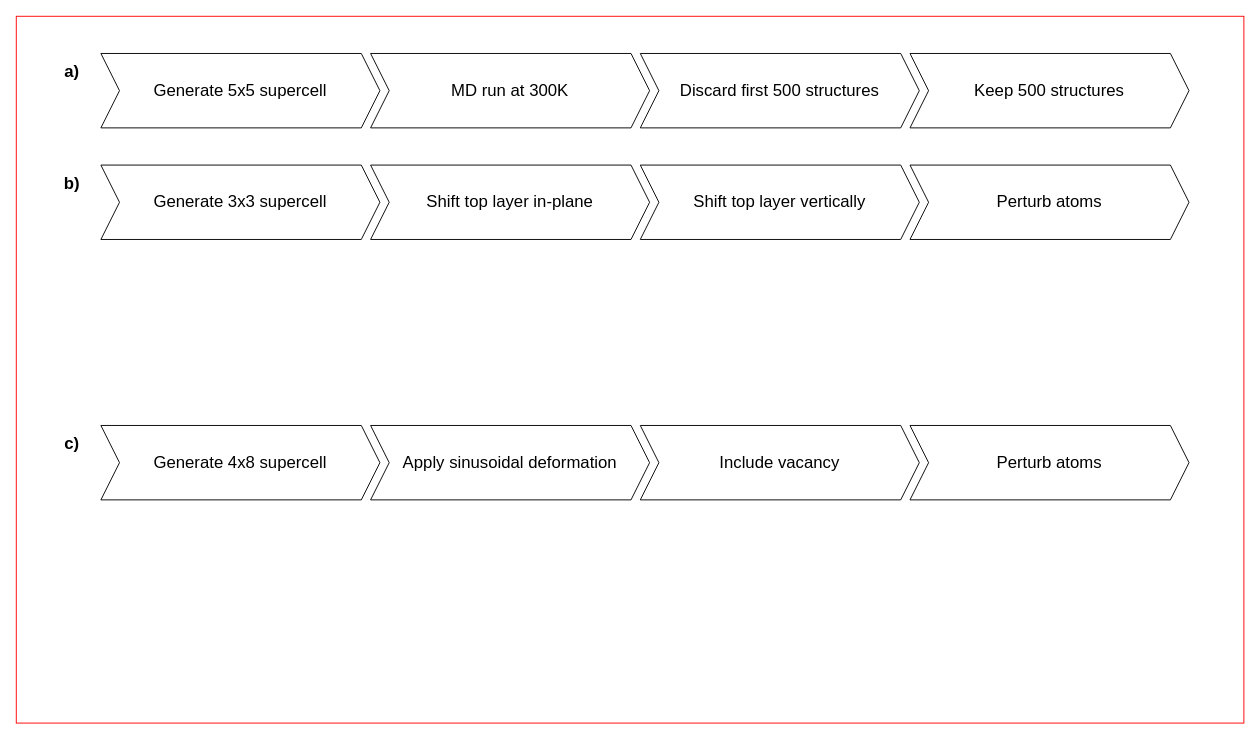
The draw.io diagram methods.drawio in whyyyyyft/Imperial-Materials-MEng-Thesis-Template-yft, before the edit. Source tidied: cells renumbered, new cells numbered last; positions are measured from the earlier drawing's top-left corner, leaving out a move shared by most shapes. Both pictures are drawn from the tidied source at 93%, with x=0, y=0 at pixel (16, 16).
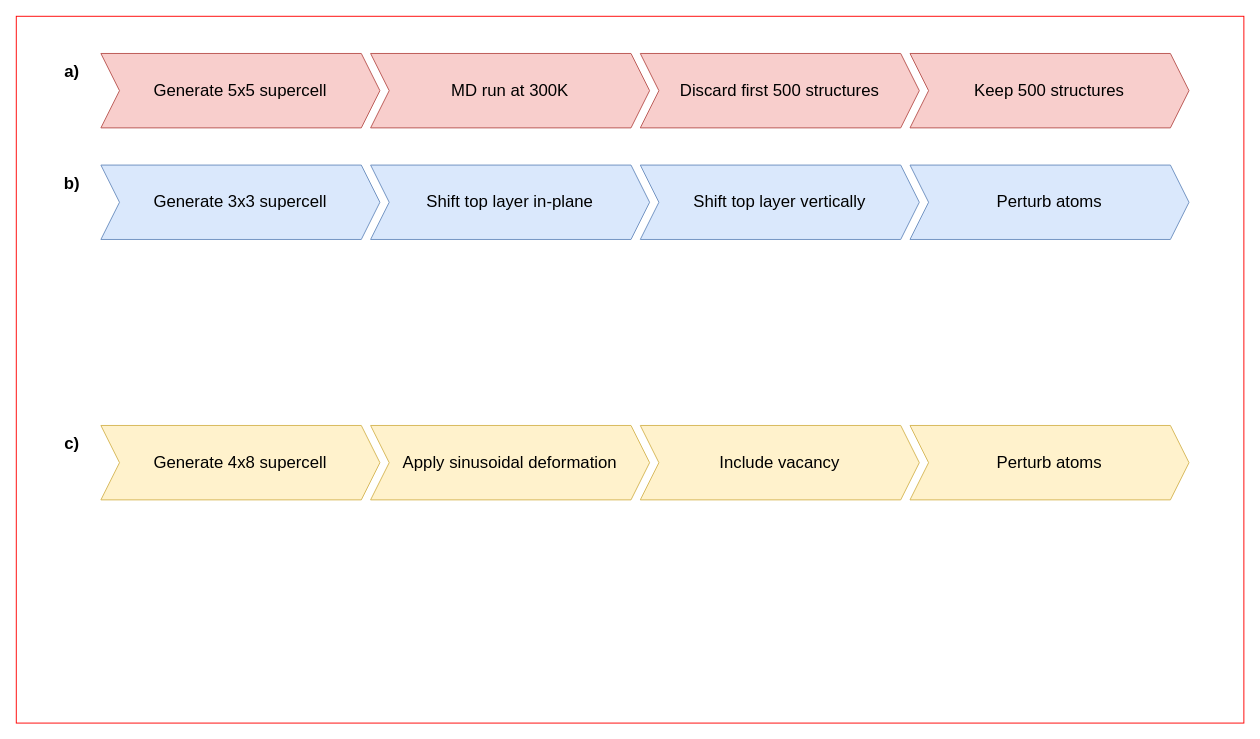
Above is the later version.

Change to the diagram source:
```diff
@@
 <mxGraphModel>
   <root>
     <mxCell id="0" />
     <mxCell id="1" parent="0" />
     <mxCell id="2" style="whiteSpace=wrap;html=1;fillColor=none;strokeColor=#FF0000;" parent="1" vertex="1">
       <mxGeometry width="1320" height="760" as="geometry" />
     </mxCell>
-    <mxCell id="3" value="Generate 5x5 supercell" style="shape=step;perimeter=stepPerimeter;whiteSpace=wrap;html=1;fixedSize=1;fontSize=18;" parent="1" vertex="1">
+    <mxCell id="3" value="Generate 5x5 supercell" style="shape=step;perimeter=stepPerimeter;whiteSpace=wrap;html=1;fixedSize=1;fontSize=18;fillColor=#f8cecc;strokeColor=#b85450;" parent="1" vertex="1">
       <mxGeometry x="91" y="40" width="300" height="80" as="geometry" />
     </mxCell>
-    <mxCell id="4" value="MD run at 300K" style="shape=step;perimeter=stepPerimeter;whiteSpace=wrap;html=1;fixedSize=1;fontSize=18;" parent="1" vertex="1">
+    <mxCell id="4" value="MD run at 300K" style="shape=step;perimeter=stepPerimeter;whiteSpace=wrap;html=1;fixedSize=1;fontSize=18;fillColor=#f8cecc;strokeColor=#b85450;" parent="1" vertex="1">
       <mxGeometry x="381" y="40" width="300" height="80" as="geometry" />
     </mxCell>
-    <mxCell id="5" value="Discard first 500 structures" style="shape=step;perimeter=stepPerimeter;whiteSpace=wrap;html=1;fixedSize=1;fontSize=18;" parent="1" vertex="1">
+    <mxCell id="5" value="Discard first 500 structures" style="shape=step;perimeter=stepPerimeter;whiteSpace=wrap;html=1;fixedSize=1;fontSize=18;fillColor=#f8cecc;strokeColor=#b85450;" parent="1" vertex="1">
       <mxGeometry x="671" y="40" width="300" height="80" as="geometry" />
     </mxCell>
-    <mxCell id="6" value="Keep 500 structures" style="shape=step;perimeter=stepPerimeter;whiteSpace=wrap;html=1;fixedSize=1;fontSize=18;" parent="1" vertex="1">
+    <mxCell id="6" value="Keep 500 structures" style="shape=step;perimeter=stepPerimeter;whiteSpace=wrap;html=1;fixedSize=1;fontSize=18;fillColor=#f8cecc;strokeColor=#b85450;" parent="1" vertex="1">
       <mxGeometry x="961" y="40" width="300" height="80" as="geometry" />
     </mxCell>
-    <mxCell id="7" value="Generate 3x3 supercell" style="shape=step;perimeter=stepPerimeter;whiteSpace=wrap;html=1;fixedSize=1;fontSize=18;" parent="1" vertex="1">
+    <mxCell id="7" value="Generate 3x3 supercell" style="shape=step;perimeter=stepPerimeter;whiteSpace=wrap;html=1;fixedSize=1;fontSize=18;fillColor=#dae8fc;strokeColor=#6c8ebf;" parent="1" vertex="1">
       <mxGeometry x="91" y="160" width="300" height="80" as="geometry" />
     </mxCell>
-    <mxCell id="8" value="Shift top layer in-plane" style="shape=step;perimeter=stepPerimeter;whiteSpace=wrap;html=1;fixedSize=1;fontSize=18;" parent="1" vertex="1">
+    <mxCell id="8" value="Shift top layer in-plane" style="shape=step;perimeter=stepPerimeter;whiteSpace=wrap;html=1;fixedSize=1;fontSize=18;fillColor=#dae8fc;strokeColor=#6c8ebf;" parent="1" vertex="1">
       <mxGeometry x="381" y="160" width="300" height="80" as="geometry" />
     </mxCell>
-    <mxCell id="9" value="Shift top layer vertically" style="shape=step;perimeter=stepPerimeter;whiteSpace=wrap;html=1;fixedSize=1;fontSize=18;" parent="1" vertex="1">
+    <mxCell id="9" value="Shift top layer vertically" style="shape=step;perimeter=stepPerimeter;whiteSpace=wrap;html=1;fixedSize=1;fontSize=18;fillColor=#dae8fc;strokeColor=#6c8ebf;" parent="1" vertex="1">
       <mxGeometry x="671" y="160" width="300" height="80" as="geometry" />
     </mxCell>
-    <mxCell id="10" value="Perturb atoms" style="shape=step;perimeter=stepPerimeter;whiteSpace=wrap;html=1;fixedSize=1;fontSize=18;" parent="1" vertex="1">
+    <mxCell id="10" value="Perturb atoms" style="shape=step;perimeter=stepPerimeter;whiteSpace=wrap;html=1;fixedSize=1;fontSize=18;fillColor=#dae8fc;strokeColor=#6c8ebf;" parent="1" vertex="1">
       <mxGeometry x="961" y="160" width="300" height="80" as="geometry" />
     </mxCell>
-    <mxCell id="11" value="Generate 4x8 supercell" style="shape=step;perimeter=stepPerimeter;whiteSpace=wrap;html=1;fixedSize=1;fontSize=18;" parent="1" vertex="1">
+    <mxCell id="11" value="Generate 4x8 supercell" style="shape=step;perimeter=stepPerimeter;whiteSpace=wrap;html=1;fixedSize=1;fontSize=18;fillColor=#fff2cc;strokeColor=#d6b656;" parent="1" vertex="1">
       <mxGeometry x="91" y="440" width="300" height="80" as="geometry" />
     </mxCell>
-    <mxCell id="12" value="Apply sinusoidal deformation" style="shape=step;perimeter=stepPerimeter;whiteSpace=wrap;html=1;fixedSize=1;fontSize=18;" parent="1" vertex="1">
+    <mxCell id="12" value="Apply sinusoidal deformation" style="shape=step;perimeter=stepPerimeter;whiteSpace=wrap;html=1;fixedSize=1;fontSize=18;fillColor=#fff2cc;strokeColor=#d6b656;" parent="1" vertex="1">
       <mxGeometry x="381" y="440" width="300" height="80" as="geometry" />
     </mxCell>
-    <mxCell id="13" value="Include vacancy" style="shape=step;perimeter=stepPerimeter;whiteSpace=wrap;html=1;fixedSize=1;fontSize=18;" parent="1" vertex="1">
+    <mxCell id="13" value="Include vacancy" style="shape=step;perimeter=stepPerimeter;whiteSpace=wrap;html=1;fixedSize=1;fontSize=18;fillColor=#fff2cc;strokeColor=#d6b656;" parent="1" vertex="1">
       <mxGeometry x="671" y="440" width="300" height="80" as="geometry" />
     </mxCell>
-    <mxCell id="14" value="Perturb atoms" style="shape=step;perimeter=stepPerimeter;whiteSpace=wrap;html=1;fixedSize=1;fontSize=18;" parent="1" vertex="1">
+    <mxCell id="14" value="Perturb atoms" style="shape=step;perimeter=stepPerimeter;whiteSpace=wrap;html=1;fixedSize=1;fontSize=18;fillColor=#fff2cc;strokeColor=#d6b656;" parent="1" vertex="1">
       <mxGeometry x="961" y="440" width="300" height="80" as="geometry" />
     </mxCell>
     <mxCell id="15" value="&lt;font style=&quot;font-size: 18px;&quot;&gt;&lt;b&gt;a)&lt;/b&gt;&lt;/font&gt;" style="rounded=0;whiteSpace=wrap;html=1;strokeColor=none;" parent="1" vertex="1">
       <mxGeometry x="40" y="40" width="40" height="40" as="geometry" />
     </mxCell>
     <mxCell id="16" value="&lt;font style=&quot;font-size: 18px;&quot;&gt;&lt;b&gt;b)&lt;/b&gt;&lt;/font&gt;" style="rounded=0;whiteSpace=wrap;html=1;strokeColor=none;" parent="1" vertex="1">
       <mxGeometry x="40" y="160" width="40" height="40" as="geometry" />
     </mxCell>
     <mxCell id="17" value="&lt;font style=&quot;font-size: 18px;&quot;&gt;&lt;b&gt;c)&lt;/b&gt;&lt;/font&gt;" style="rounded=0;whiteSpace=wrap;html=1;strokeColor=none;" parent="1" vertex="1">
       <mxGeometry x="40" y="440" width="40" height="40" as="geometry" />
     </mxCell>
   </root>
 </mxGraphModel>
```
